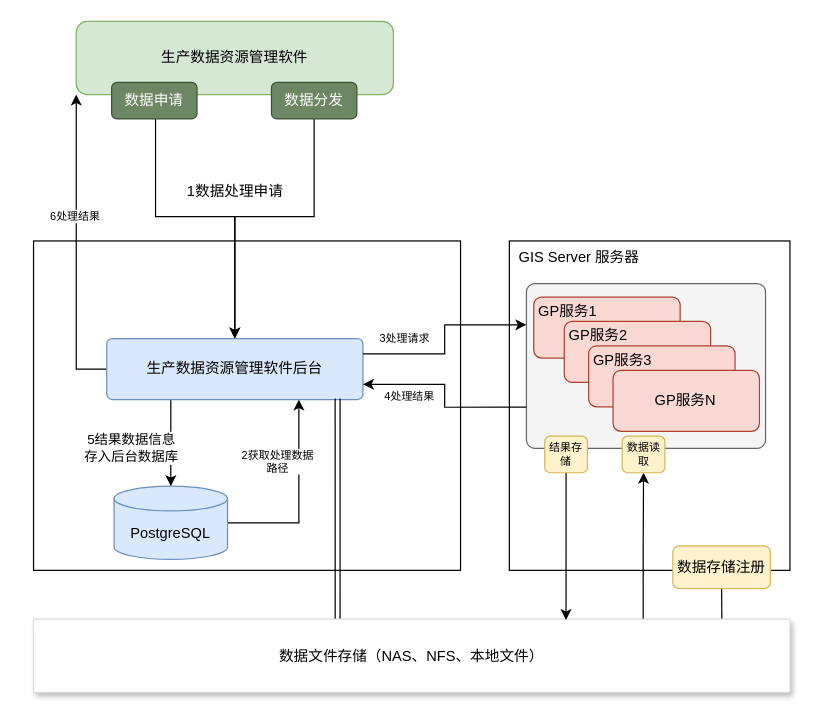
Earlier version of the draw.io diagram page "数据处理" (4 of 5) of ServiceCenterX.drawio (wongJzzz/DrawIOnetDate). Source tidied: cells renumbered, new cells numbered last; positions are measured from the earlier drawing's top-left corner, leaving out a move shared by most shapes. Both pictures are drawn from the tidied source at 122%, with x=0, y=0 at pixel (33, 21).
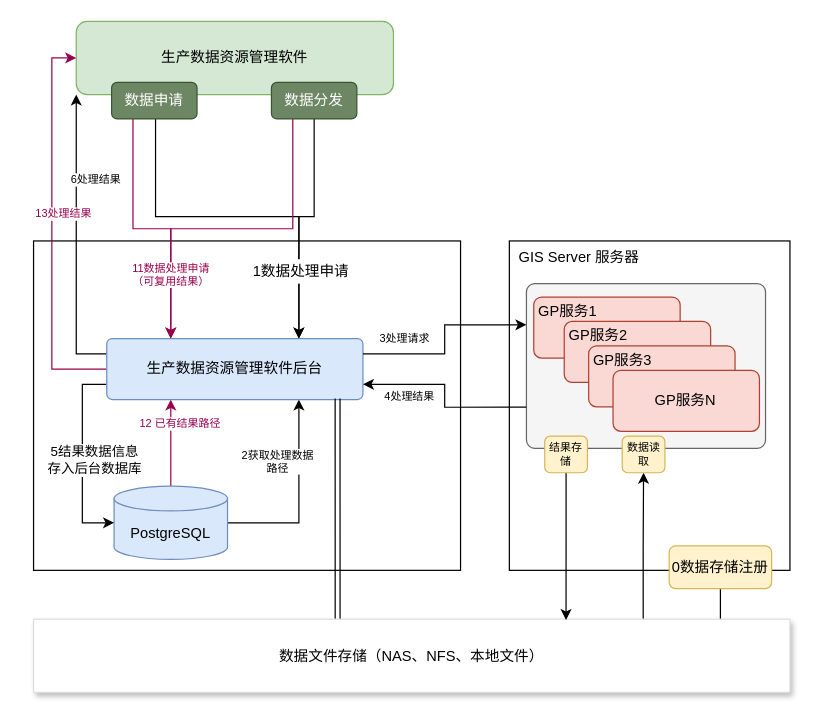
Above is the later version.

Unchanged cells that the change refers to:
```xml
<mxCell id="9" value="生产数据资源管理软件" style="rounded=1;whiteSpace=wrap;html=1;fillColor=#d5e8d4;strokeColor=#82b366;" parent="1" vertex="1">
  <mxGeometry x="35" width="260" height="60" as="geometry" />
</mxCell>
<mxCell id="11" value="PostgreSQL" style="shape=cylinder3;whiteSpace=wrap;html=1;boundedLbl=1;backgroundOutline=1;size=10.166666666666686;fillColor=#dae8fc;strokeColor=#6c8ebf;" parent="1" vertex="1">
  <mxGeometry x="66" y="381" width="93" height="60" as="geometry" />
</mxCell>
<mxCell id="16" value="生产数据资源管理软件后台" style="rounded=1;whiteSpace=wrap;html=1;fillColor=#dae8fc;strokeColor=#6c8ebf;arcSize=9;" parent="1" vertex="1">
  <mxGeometry x="60" y="260" width="210" height="50" as="geometry" />
</mxCell>
<mxCell id="17" value="数据申请" style="rounded=1;whiteSpace=wrap;html=1;fillColor=#6d8764;fontColor=#ffffff;strokeColor=#3A5431;" parent="1" vertex="1">
  <mxGeometry x="64" y="50" width="70" height="30" as="geometry" />
</mxCell>
<mxCell id="19" value="数据分发" style="rounded=1;whiteSpace=wrap;html=1;fillColor=#6d8764;fontColor=#ffffff;strokeColor=#3A5431;" parent="1" vertex="1">
  <mxGeometry x="195" y="50" width="70" height="30" as="geometry" />
</mxCell>
```

Diff of the diagram source:
```diff
@@
-    <mxCell id="8" style="edgeStyle=orthogonalEdgeStyle;rounded=0;jettySize=auto;html=1;entryX=0.5;entryY=0;entryDx=0;entryDy=0;exitX=0.25;exitY=1;exitDx=0;exitDy=0;" parent="1" edge="1" source="9" target="16">
+    <mxCell id="8" style="edgeStyle=orthogonalEdgeStyle;rounded=0;jettySize=auto;html=1;entryX=0.75;entryY=0;entryDx=0;entryDy=0;exitX=0.25;exitY=1;exitDx=0;exitDy=0;" parent="1" edge="1" source="9" target="16">
       <mxGeometry relative="1" as="geometry" />
     </mxCell>
@@
+    <mxCell id="34" value="&lt;font&gt;12 已有结果路径&lt;/font&gt;" style="edgeStyle=orthogonalEdgeStyle;rounded=0;sketch=0;jettySize=auto;html=1;exitX=0.5;exitY=0;exitDx=0;exitDy=0;exitPerimeter=0;entryX=0.25;entryY=1;entryDx=0;entryDy=0;shadow=0;strokeColor=#99004D;fontSize=9;startArrow=none;startFill=0;endArrow=classic;endFill=1;fontColor=#99004D;" parent="1" edge="1" source="11" target="16">
+      <mxGeometry x="0.44" y="-7" relative="1" as="geometry" />
+    </mxCell>
@@
-    <mxCell id="12" value="5结果数据信息&lt;br&gt;存入后台数据库" style="edgeStyle=orthogonalEdgeStyle;rounded=0;jettySize=auto;html=1;exitX=0.25;exitY=1;exitDx=0;exitDy=0;entryX=0.5;entryY=0;entryDx=0;entryDy=0;entryPerimeter=0;" parent="1" edge="1" source="16" target="11">
-      <mxGeometry x="0.13" y="-32" relative="1" as="geometry" />
+    <mxCell id="12" value="5结果数据信息&lt;br&gt;存入后台数据库" style="edgeStyle=orthogonalEdgeStyle;rounded=0;jettySize=auto;html=1;exitX=0;exitY=0.75;exitDx=0;exitDy=0;entryX=0;entryY=0.5;entryDx=0;entryDy=0;entryPerimeter=0;" parent="1" edge="1" source="16" target="11">
+      <mxGeometry x="0.03" y="10" relative="1" as="geometry" />
     </mxCell>
@@
-    <mxCell id="14" style="edgeStyle=orthogonalEdgeStyle;rounded=0;jettySize=auto;html=1;exitX=0;exitY=0.5;exitDx=0;exitDy=0;entryX=0;entryY=1;entryDx=0;entryDy=0;fontSize=9;endArrow=classic;endFill=1;" parent="1" edge="1" source="16" target="9">
+    <mxCell id="14" style="edgeStyle=orthogonalEdgeStyle;rounded=0;jettySize=auto;html=1;exitX=0;exitY=0.25;exitDx=0;exitDy=0;entryX=0;entryY=1;entryDx=0;entryDy=0;fontSize=9;endArrow=classic;endFill=1;" parent="1" edge="1" source="16" target="9">
       <mxGeometry relative="1" as="geometry" />
     </mxCell>
     <mxCell id="15" value="6处理结果" style="edgeLabel;html=1;align=center;verticalAlign=middle;fontSize=9;" parent="14" vertex="1">
-      <mxGeometry x="0.21" y="2" relative="1" as="geometry" />
+      <mxGeometry x="0.21" y="2" relative="1" as="geometry">
+        <mxPoint x="17" y="-24" as="offset" />
+      </mxGeometry>
     </mxCell>
+    <mxCell id="35" style="edgeStyle=orthogonalEdgeStyle;rounded=0;sketch=0;jettySize=auto;html=1;exitX=0;exitY=0.5;exitDx=0;exitDy=0;entryX=0;entryY=0.5;entryDx=0;entryDy=0;shadow=0;strokeColor=#99004D;fontSize=9;fontColor=#99004D;startArrow=none;startFill=0;endArrow=classic;endFill=1;" parent="1" edge="1" source="16" target="9">
+      <mxGeometry relative="1" as="geometry" />
+    </mxCell>
@@
+    <mxCell id="36" style="edgeStyle=orthogonalEdgeStyle;rounded=0;sketch=0;jettySize=auto;html=1;exitX=0.25;exitY=1;exitDx=0;exitDy=0;entryX=0.25;entryY=0;entryDx=0;entryDy=0;shadow=0;strokeColor=#99004D;fontSize=9;fontColor=#99004D;startArrow=none;startFill=0;endArrow=classic;endFill=1;" parent="1" edge="1" source="17" target="16">
+      <mxGeometry relative="1" as="geometry" />
+    </mxCell>
@@
-    <mxCell id="18" style="edgeStyle=orthogonalEdgeStyle;rounded=0;jettySize=auto;html=1;exitX=0.75;exitY=1;exitDx=0;exitDy=0;entryX=0.5;entryY=0;entryDx=0;entryDy=0;endArrow=classic;endFill=1;" parent="1" edge="1" source="9" target="16">
+    <mxCell id="18" style="edgeStyle=orthogonalEdgeStyle;rounded=0;jettySize=auto;html=1;exitX=0.75;exitY=1;exitDx=0;exitDy=0;entryX=0.75;entryY=0;entryDx=0;entryDy=0;endArrow=classic;endFill=1;" parent="1" edge="1" source="9" target="16">
       <mxGeometry relative="1" as="geometry" />
     </mxCell>
+    <mxCell id="37" style="edgeStyle=orthogonalEdgeStyle;rounded=0;sketch=0;jettySize=auto;html=1;exitX=0.25;exitY=1;exitDx=0;exitDy=0;entryX=0.25;entryY=0;entryDx=0;entryDy=0;shadow=0;strokeColor=#99004D;fontSize=9;fontColor=#99004D;startArrow=none;startFill=0;endArrow=classic;endFill=1;" parent="1" edge="1" source="19" target="16">
+      <mxGeometry relative="1" as="geometry" />
+    </mxCell>
@@
     <mxCell id="20" value="1数据处理申请" style="text;html=1;strokeColor=none;fillColor=default;align=center;verticalAlign=middle;whiteSpace=wrap;rounded=0;" parent="1" vertex="1">
-      <mxGeometry x="118.8" y="130" width="92.5" height="20" as="geometry" />
+      <mxGeometry x="172.5" y="195" width="92.5" height="20" as="geometry" />
     </mxCell>
@@
-    <mxCell id="28" value="数据存储注册" style="rounded=1;whiteSpace=wrap;html=1;fillColor=#fff2cc;strokeColor=#d6b656;" parent="1" vertex="1">
-      <mxGeometry x="524" y="430" width="80" height="35" as="geometry" />
+    <mxCell id="28" value="0数据存储注册" style="rounded=1;whiteSpace=wrap;html=1;fillColor=#fff2cc;strokeColor=#d6b656;" parent="1" vertex="1">
+      <mxGeometry x="521" y="430" width="84" height="35" as="geometry" />
     </mxCell>
@@
+    <mxCell id="38" value="11数据处理申请&lt;br&gt;（可复用结果）" style="text;html=1;strokeColor=none;fillColor=none;align=center;verticalAlign=middle;whiteSpace=wrap;rounded=0;fontSize=9;fontColor=#99004D;labelBackgroundColor=default;" parent="1" vertex="1">
+      <mxGeometry x="64.5" y="200" width="96" height="16" as="geometry" />
+    </mxCell>
+    <mxCell id="39" value="13处理结果" style="text;html=1;strokeColor=none;fillColor=none;align=center;verticalAlign=middle;whiteSpace=wrap;rounded=0;fontSize=9;fontColor=#99004D;labelBackgroundColor=default;" parent="1" vertex="1">
+      <mxGeometry x="-10" y="150" width="70" height="16" as="geometry" />
+    </mxCell>
```
